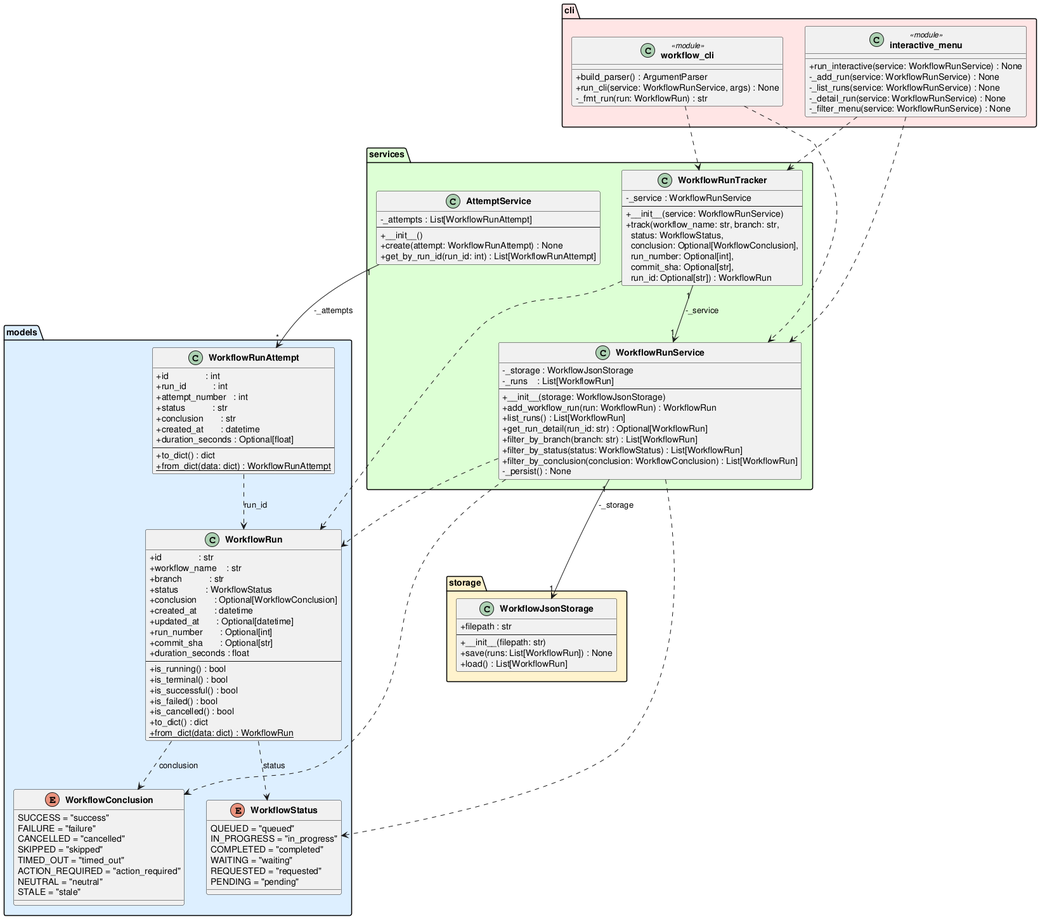
Before: experiments/broadcast/test_driven/github-workflow-manager/artifacts/class_diagram.png, a diagram exported from PlantUML (DanielRiha8906/Software_autoevolution_using_agents).
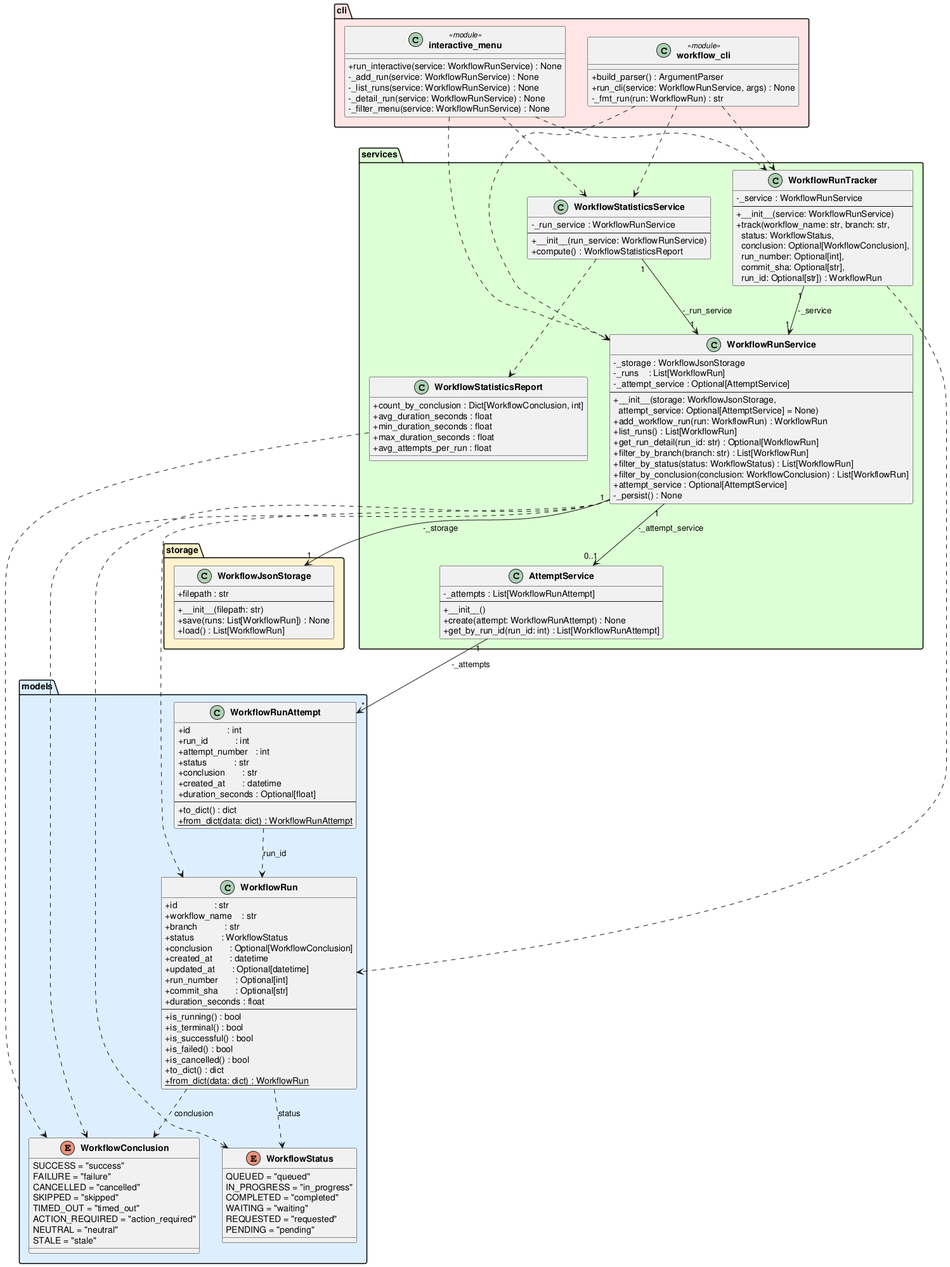
Later version of the same file.

Diff of the diagram source:
```diff
@@ -73,14 +73,16 @@
     class WorkflowRunService {
         -_storage : WorkflowJsonStorage
         -_runs    : List[WorkflowRun]
+        -_attempt_service : Optional[AttemptService]
         --
-        +__init__(storage: WorkflowJsonStorage)
+        +__init__(storage: WorkflowJsonStorage,\n  attempt_service: Optional[AttemptService] = None)
         +add_workflow_run(run: WorkflowRun) : WorkflowRun
         +list_runs() : List[WorkflowRun]
         +get_run_detail(run_id: str) : Optional[WorkflowRun]
         +filter_by_branch(branch: str) : List[WorkflowRun]
         +filter_by_status(status: WorkflowStatus) : List[WorkflowRun]
         +filter_by_conclusion(conclusion: WorkflowConclusion) : List[WorkflowRun]
+        +attempt_service : Optional[AttemptService]
         -_persist() : None
     }
 
@@ -97,6 +99,21 @@
         +__init__()
         +create(attempt: WorkflowRunAttempt) : None
         +get_by_run_id(run_id: int) : List[WorkflowRunAttempt]
+    }
+
+    class WorkflowStatisticsReport {
+        +count_by_conclusion : Dict[WorkflowConclusion, int]
+        +avg_duration_seconds : float
+        +min_duration_seconds : float
+        +max_duration_seconds : float
+        +avg_attempts_per_run : float
+    }
+
+    class WorkflowStatisticsService {
+        -_run_service : WorkflowRunService
+        --
+        +__init__(run_service: WorkflowRunService)
+        +compute() : WorkflowStatisticsReport
     }
 }
 
@@ -120,15 +137,21 @@
 WorkflowRun                ..>  WorkflowConclusion    : conclusion
 WorkflowRunAttempt         ..>  WorkflowRun           : run_id
 WorkflowRunService    "1" --> "1" WorkflowJsonStorage : -_storage
+WorkflowRunService    "1" --> "0..1" AttemptService   : -_attempt_service
 WorkflowRunService         ..>  WorkflowRun
 WorkflowRunService         ..>  WorkflowStatus
 WorkflowRunService         ..>  WorkflowConclusion
 WorkflowRunTracker    "1" --> "1" WorkflowRunService  : -_service
 WorkflowRunTracker         ..>  WorkflowRun
 AttemptService       "1" --> "*" WorkflowRunAttempt   : -_attempts
+WorkflowStatisticsService "1" --> "1" WorkflowRunService : -_run_service
+WorkflowStatisticsService  ..>  WorkflowStatisticsReport
+WorkflowStatisticsReport   ..>  WorkflowConclusion
 "workflow_cli"             ..>  WorkflowRunService
 "workflow_cli"             ..>  WorkflowRunTracker
+"workflow_cli"             ..>  WorkflowStatisticsService
 "interactive_menu"         ..>  WorkflowRunService
 "interactive_menu"         ..>  WorkflowRunTracker
+"interactive_menu"         ..>  WorkflowStatisticsService
 
 @enduml
```
